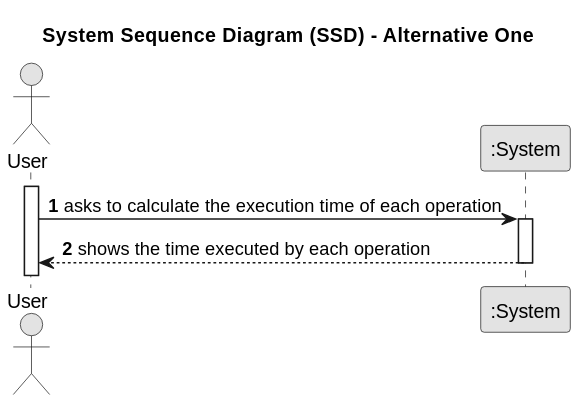
This is documentation/sprint1/ESINF/usei04/01.requirements-engineering/svg/usei04-system-sequence-diagram-alternative-one-System_Sequence_Diagram__SSD____Alternative_One.svg from JorgeUbaldoR/sem3-25-pi-2024_25-G131, a PlantUML export, as it was before one commit. Source of this version:
```plantuml
@startuml
skinparam monochrome true
skinparam packageStyle rectangle
skinparam shadowing false

title System Sequence Diagram (SSD) - Alternative One

autonumber

actor "User" as Employee
participant ":System" as System

activate Employee

    Employee -> System : asks to calculate the execution time of each operation
    activate System

        System --> Employee : shows the time executed by each operation
    deactivate System
@enduml
```
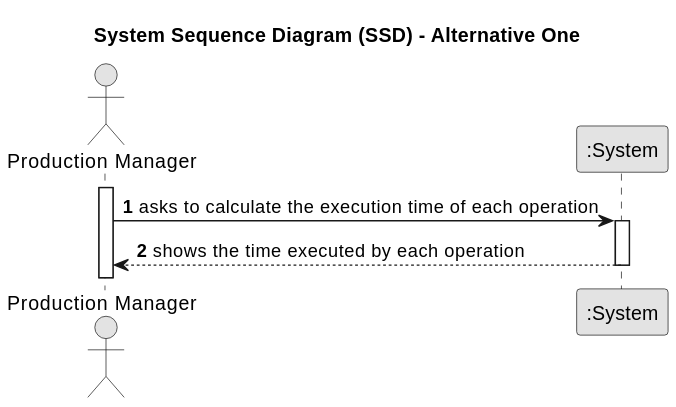
After the commit.

Diff of the diagram source:
```diff
@@ -7,7 +7,7 @@
 
 autonumber
 
-actor "User" as Employee
+actor "Production Manager" as Employee
 participant ":System" as System
 
 activate Employee
```
